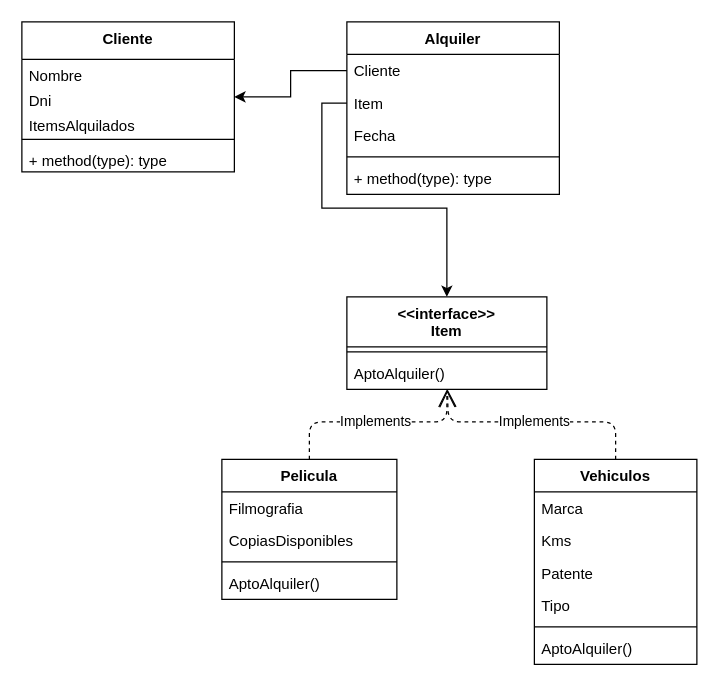
fdcrespi/programacion2 keeps this draw.io diagram as Untitled Diagram.drawio. Above is the earlier version. Source tidied: cells renumbered, new cells numbered last; positions are measured from the earlier drawing's top-left corner, leaving out a move shared by most shapes. Both pictures are drawn from the tidied source at 125%, with x=0, y=0 at pixel (21, 21).
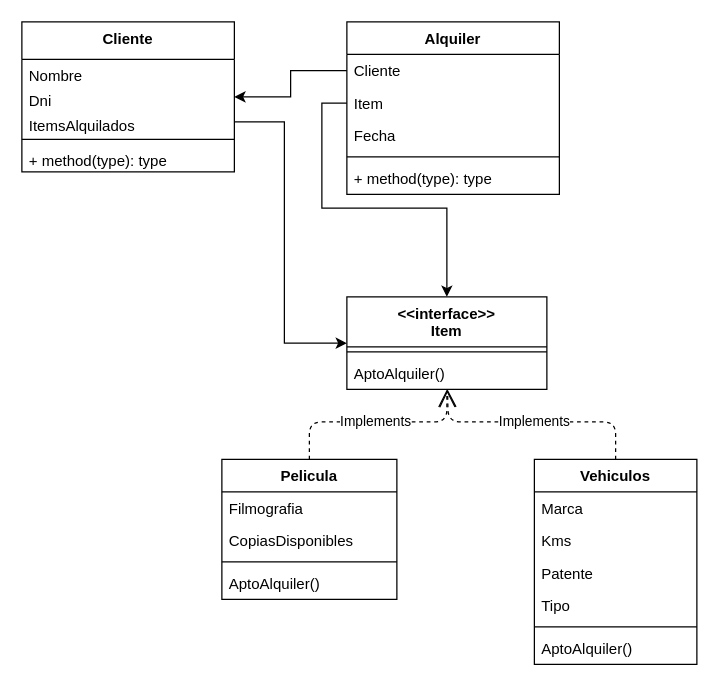
After the change.

Unchanged cells that the change refers to:
```xml
<mxCell id="5" value="ItemsAlquilados" style="text;strokeColor=none;fillColor=none;align=left;verticalAlign=top;spacingLeft=4;spacingRight=4;overflow=hidden;points=[[0,0.5],[1,0.5]];portConstraint=eastwest;" parent="2" vertex="1">
  <mxGeometry y="70" width="170" height="20" as="geometry" />
</mxCell>
<mxCell id="14" value="&lt;&lt;interface&gt;&gt;&#10;Item" style="swimlane;fontStyle=1;align=center;verticalAlign=top;horizontal=1;startSize=40;" parent="1" vertex="1">
  <mxGeometry x="260" y="220" width="160" height="74" as="geometry" />
</mxCell>
```

What changed in the source:
```diff
@@
+    <mxCell id="33" style="edgeStyle=orthogonalEdgeStyle;rounded=0;jettySize=auto;html=1;" parent="1" edge="1" source="5" target="14">
+      <mxGeometry relative="1" as="geometry">
+        <Array as="points">
+          <mxPoint x="210" y="80" />
+          <mxPoint x="210" y="257" />
+        </Array>
+      </mxGeometry>
+    </mxCell>
```
